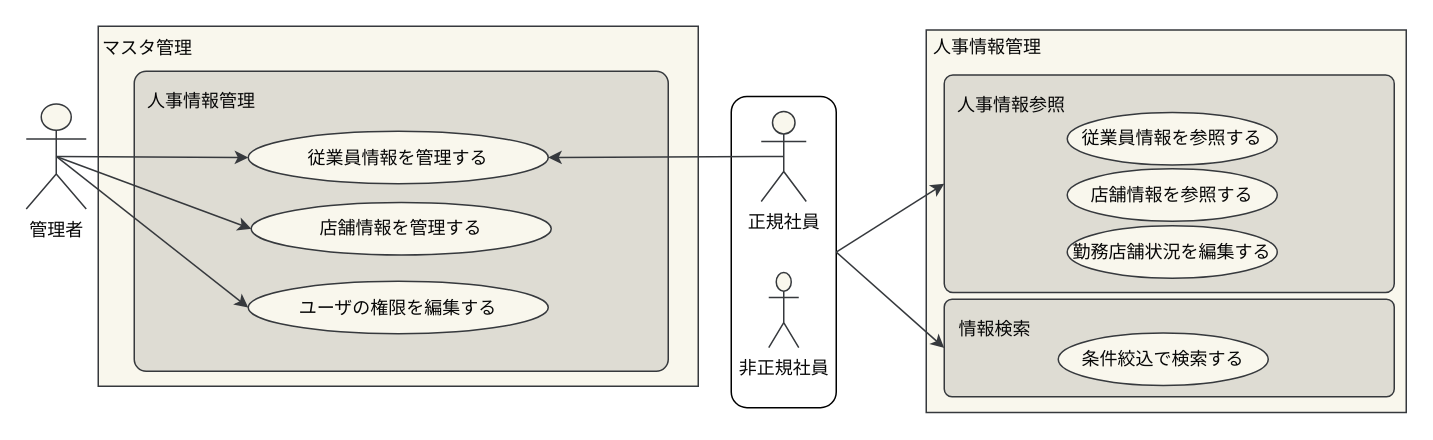
The draw.io diagram page "人事情報管理" (1 of 3) of 各種設計書/2ユースケース図_済/ユースケース図.drawio in HaruShim/Sotuken, before the edit. Source tidied: cells renumbered, new cells numbered last; positions are measured from the earlier drawing's top-left corner, leaving out a move shared by most shapes. Both pictures are drawn from the tidied source at 150%, with x=0, y=0 at pixel (26, 26).
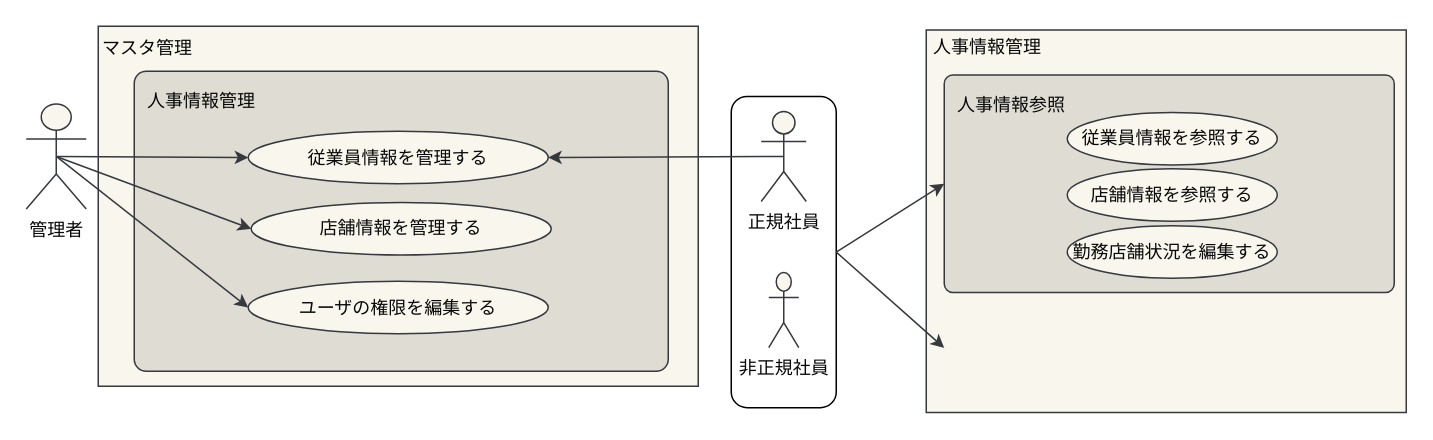
Above is the later version.

The change refers to these unchanged cells:
```xml
<mxCell id="2" style="rounded=1;whiteSpace=wrap;html=1;" parent="1" vertex="1">
  <mxGeometry x="470" y="46.8" width="70" height="207.5" as="geometry" />
</mxCell>
```

What changed in the source:
```diff
@@
-    <mxCell id="23" style="rounded=1;whiteSpace=wrap;html=1;arcSize=8;strokeColor=#36393d;fillColor=#DEDCD3;fontColor=#080808;" parent="1" vertex="1">
-      <mxGeometry x="612" y="182" width="300" height="65" as="geometry" />
-    </mxCell>
-    <mxCell id="24" value="情報検索" style="text;html=1;strokeColor=none;fillColor=none;align=center;verticalAlign=middle;whiteSpace=wrap;rounded=0;fontColor=#080808;" parent="1" vertex="1">
-      <mxGeometry x="618" y="192" width="56" height="20" as="geometry" />
-    </mxCell>
-    <mxCell id="25" value="条件絞込で検索する" style="ellipse;whiteSpace=wrap;html=1;strokeColor=#36393d;fillColor=#f9f7ed;fontColor=#080808;" parent="1" vertex="1">
-      <mxGeometry x="688" y="204.5" width="140" height="35" as="geometry" />
-    </mxCell>
-    <mxCell id="26" style="endArrow=classic;html=1;rounded=0;entryX=0;entryY=0.5;entryDx=0;entryDy=0;strokeColor=#36393d;fillColor=#f9f7ed;fontColor=#080808;exitX=1;exitY=0.5;exitDx=0;exitDy=0;" parent="1" edge="1" source="2" target="23">
-      <mxGeometry relative="1" as="geometry" />
+    <mxCell id="26" style="endArrow=classic;html=1;rounded=0;entryX=0;entryY=0.5;entryDx=0;entryDy=0;strokeColor=#36393d;fillColor=#f9f7ed;fontColor=#080808;exitX=1;exitY=0.5;exitDx=0;exitDy=0;" parent="1" edge="1" source="2">
+      <mxGeometry relative="1" as="geometry">
+        <mxPoint x="612" y="214.5" as="targetPoint" />
+      </mxGeometry>
     </mxCell>
```
